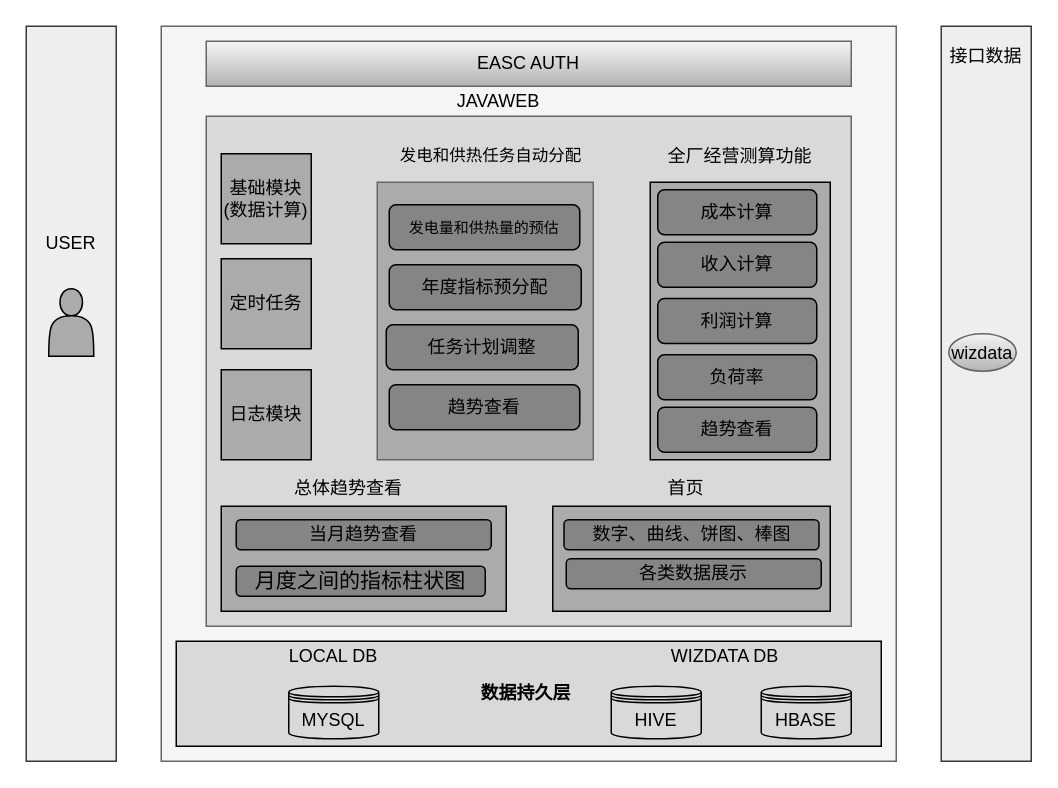
This is 智慧营销.drawio from hackerpangdaxing/architecture-diagram-, a draw.io file, before an edit. Source tidied: cells renumbered, new cells numbered last; positions are measured from the earlier drawing's top-left corner, leaving out a move shared by most shapes. Both pictures are drawn from the tidied source at 150%, with x=0, y=0 at pixel (26, 26).
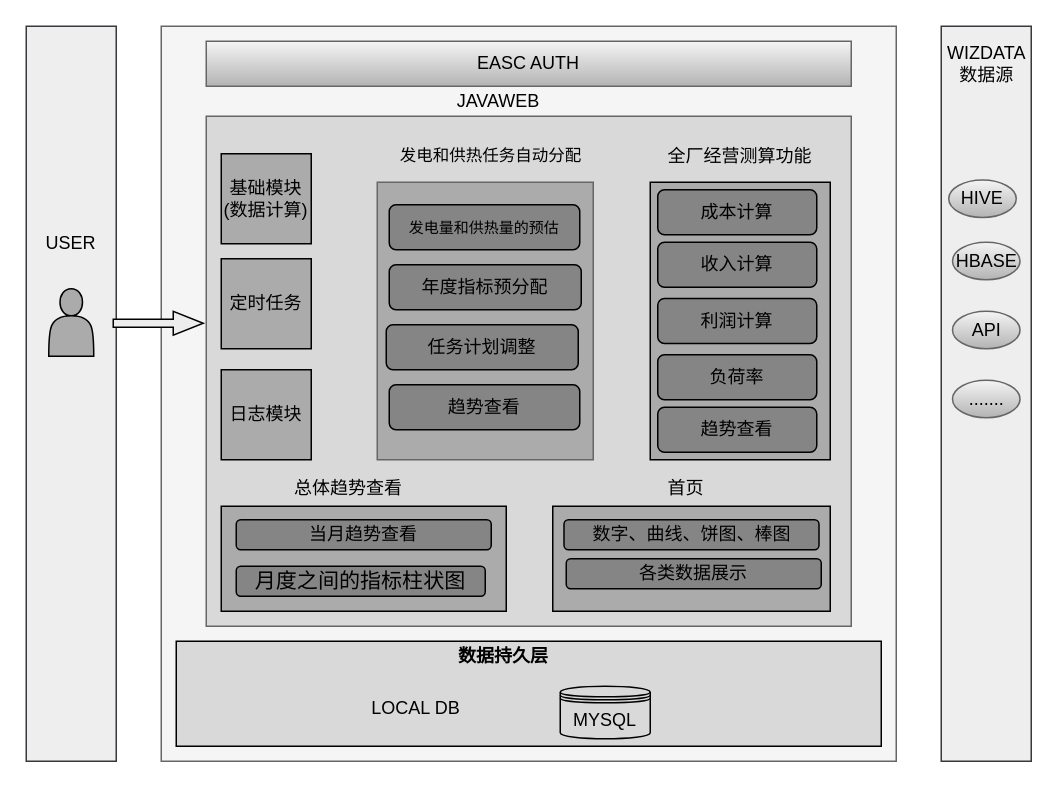
The same page after the edit.

Diff of the diagram source:
```diff
@@
-    <mxCell id="3" value="&lt;div style=&quot;text-align: center&quot;&gt;&lt;b&gt;数据持久层&amp;nbsp;&lt;/b&gt;&lt;/div&gt;" style="rounded=0;whiteSpace=wrap;html=1;fillColor=#D9D9D9;" parent="1" vertex="1">
+    <mxCell id="3" value="&lt;div style=&quot;text-align: center&quot;&gt;&lt;br&gt;&lt;/div&gt;" style="rounded=0;whiteSpace=wrap;html=1;fillColor=#D9D9D9;" parent="1" vertex="1">
       <mxGeometry x="100" y="410" width="470" height="70" as="geometry" />
     </mxCell>
     <mxCell id="4" value="MYSQL" style="shape=datastore;whiteSpace=wrap;html=1;fillColor=#D9D9D9;" parent="1" vertex="1">
-      <mxGeometry x="175" y="440" width="60" height="35" as="geometry" />
+      <mxGeometry x="356" y="440" width="60" height="35" as="geometry" />
     </mxCell>
@@
-    <mxCell id="6" value="HBASE" style="shape=datastore;whiteSpace=wrap;html=1;fillColor=#D9D9D9;" parent="1" vertex="1">
-      <mxGeometry x="490" y="440" width="60" height="35" as="geometry" />
-    </mxCell>
-    <mxCell id="7" value="HIVE" style="shape=datastore;whiteSpace=wrap;html=1;fillColor=#D9D9D9;" parent="1" vertex="1">
-      <mxGeometry x="390" y="440" width="60" height="35" as="geometry" />
-    </mxCell>
     <mxCell id="8" value="LOCAL DB" style="text;html=1;strokeColor=none;fillColor=none;align=center;verticalAlign=middle;whiteSpace=wrap;rounded=0;" parent="1" vertex="1">
-      <mxGeometry x="170" y="410" width="70" height="20" as="geometry" />
+      <mxGeometry x="225" y="445" width="70" height="20" as="geometry" />
     </mxCell>
-    <mxCell id="9" value="WIZDATA DB" style="text;html=1;strokeColor=none;fillColor=none;align=center;verticalAlign=middle;whiteSpace=wrap;rounded=0;" parent="1" vertex="1">
-      <mxGeometry x="420" y="410" width="92" height="20" as="geometry" />
-    </mxCell>
-    <mxCell id="10" value="接口数据" style="text;html=1;strokeColor=none;fillColor=none;align=center;verticalAlign=middle;whiteSpace=wrap;rounded=0;" parent="1" vertex="1">
-      <mxGeometry x="615" y="10" width="50" height="20" as="geometry" />
+    <mxCell id="10" value="WIZDATA数据源" style="text;html=1;strokeColor=none;fillColor=none;align=center;verticalAlign=middle;whiteSpace=wrap;rounded=0;" parent="1" vertex="1">
+      <mxGeometry x="617.5" y="15" width="45" height="20" as="geometry" />
     </mxCell>
-    <mxCell id="11" value="wizdata" style="ellipse;whiteSpace=wrap;html=1;gradientColor=#b3b3b3;fillColor=#f5f5f5;strokeColor=#666666;" parent="1" vertex="1">
-      <mxGeometry x="615" y="205" width="45" height="25" as="geometry" />
+    <mxCell id="11" value="HBASE" style="ellipse;whiteSpace=wrap;html=1;gradientColor=#b3b3b3;fillColor=#f5f5f5;strokeColor=#666666;" parent="1" vertex="1">
+      <mxGeometry x="617.5" y="144" width="45" height="25" as="geometry" />
     </mxCell>
@@
+    <mxCell id="42" style="html=1;shadow=0;dashed=0;align=center;verticalAlign=middle;shape=mxgraph.arrows2.arrow;dy=0.67;dx=20;notch=0;fillColor=#EDEDED;gradientColor=none;" parent="1" vertex="1">
+      <mxGeometry x="58" y="190" width="60" height="16" as="geometry" />
+    </mxCell>
+    <mxCell id="43" value="......." style="ellipse;whiteSpace=wrap;html=1;gradientColor=#b3b3b3;fillColor=#f5f5f5;strokeColor=#666666;" parent="1" vertex="1">
+      <mxGeometry x="617.5" y="236" width="45" height="25" as="geometry" />
+    </mxCell>
+    <mxCell id="7" value="HIVE" style="ellipse;whiteSpace=wrap;html=1;gradientColor=#b3b3b3;fillColor=#f5f5f5;strokeColor=#666666;" parent="1" vertex="1">
+      <mxGeometry x="615" y="102.5" width="45" height="25" as="geometry" />
+    </mxCell>
+    <mxCell id="44" value="API" style="ellipse;whiteSpace=wrap;html=1;gradientColor=#b3b3b3;fillColor=#f5f5f5;strokeColor=#666666;" parent="1" vertex="1">
+      <mxGeometry x="617.5" y="190" width="45" height="25" as="geometry" />
+    </mxCell>
+    <mxCell id="45" value="&lt;b&gt;数据持久层&amp;nbsp;&lt;/b&gt;" style="text;html=1;strokeColor=none;fillColor=none;align=center;verticalAlign=middle;whiteSpace=wrap;rounded=0;" parent="1" vertex="1">
+      <mxGeometry x="280" y="410" width="80" height="20" as="geometry" />
+    </mxCell>
```
